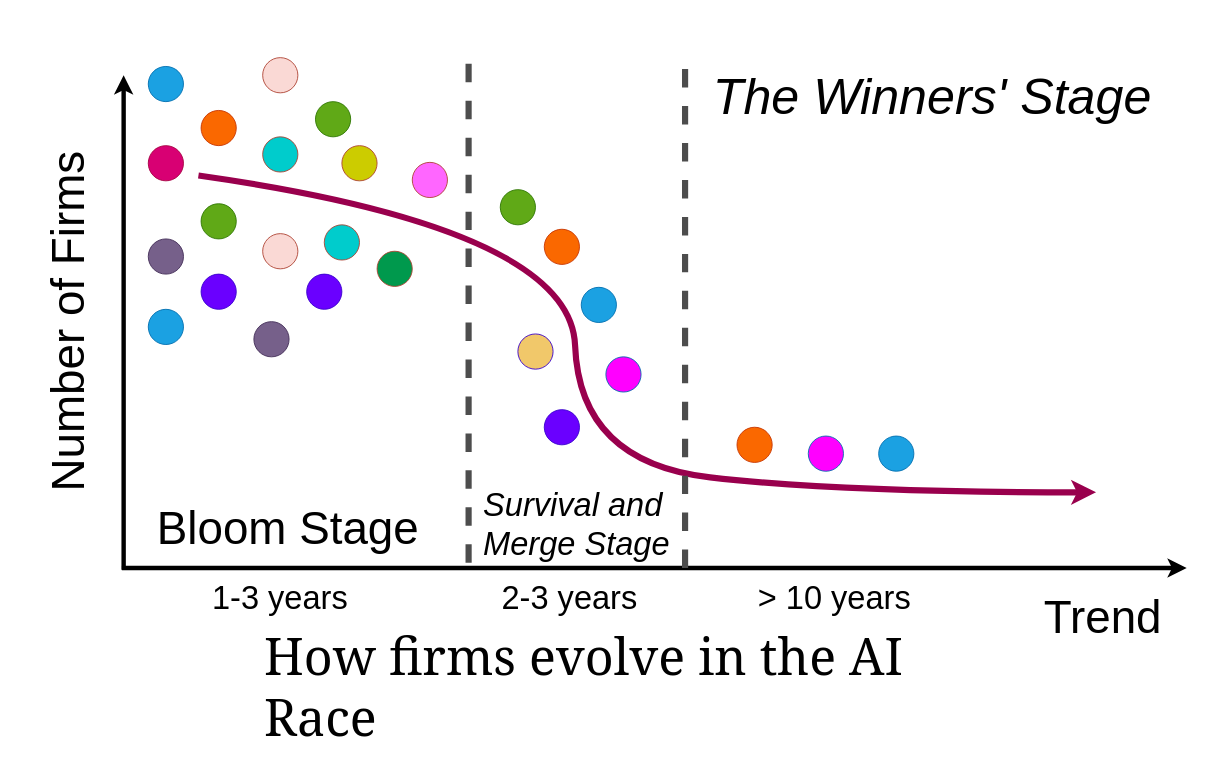
Earlier version of the draw.io diagram drawio/industry-evolution.drawio (oceanumeric/oceanumeric.github.io). Source tidied: cells renumbered, new cells numbered last; positions are measured from the earlier drawing's top-left corner, leaving out a move shared by most shapes. Both pictures are drawn from the tidied source at 88%, with x=0, y=0 at pixel (15, 15).
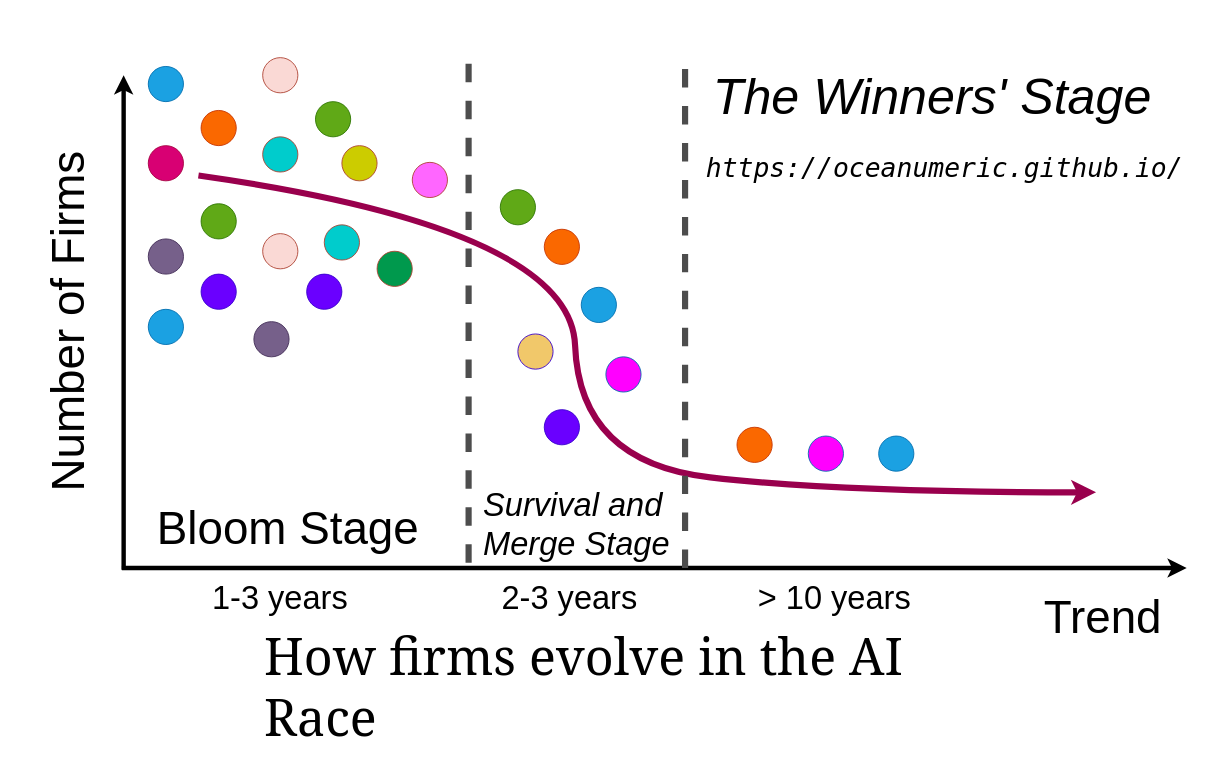
Above is the later version.

Change to the diagram source:
```diff
@@
+    <mxCell id="43" value="https://oceanumeric.github.io/" style="text;html=1;strokeColor=none;fillColor=none;align=left;verticalAlign=middle;whiteSpace=wrap;rounded=0;fontSize=30;fontColor=#000000;fontStyle=2;fontFamily=Lucida Console;" parent="1" vertex="1">
+      <mxGeometry x="783" y="158" width="540" height="30" as="geometry" />
+    </mxCell>
```
